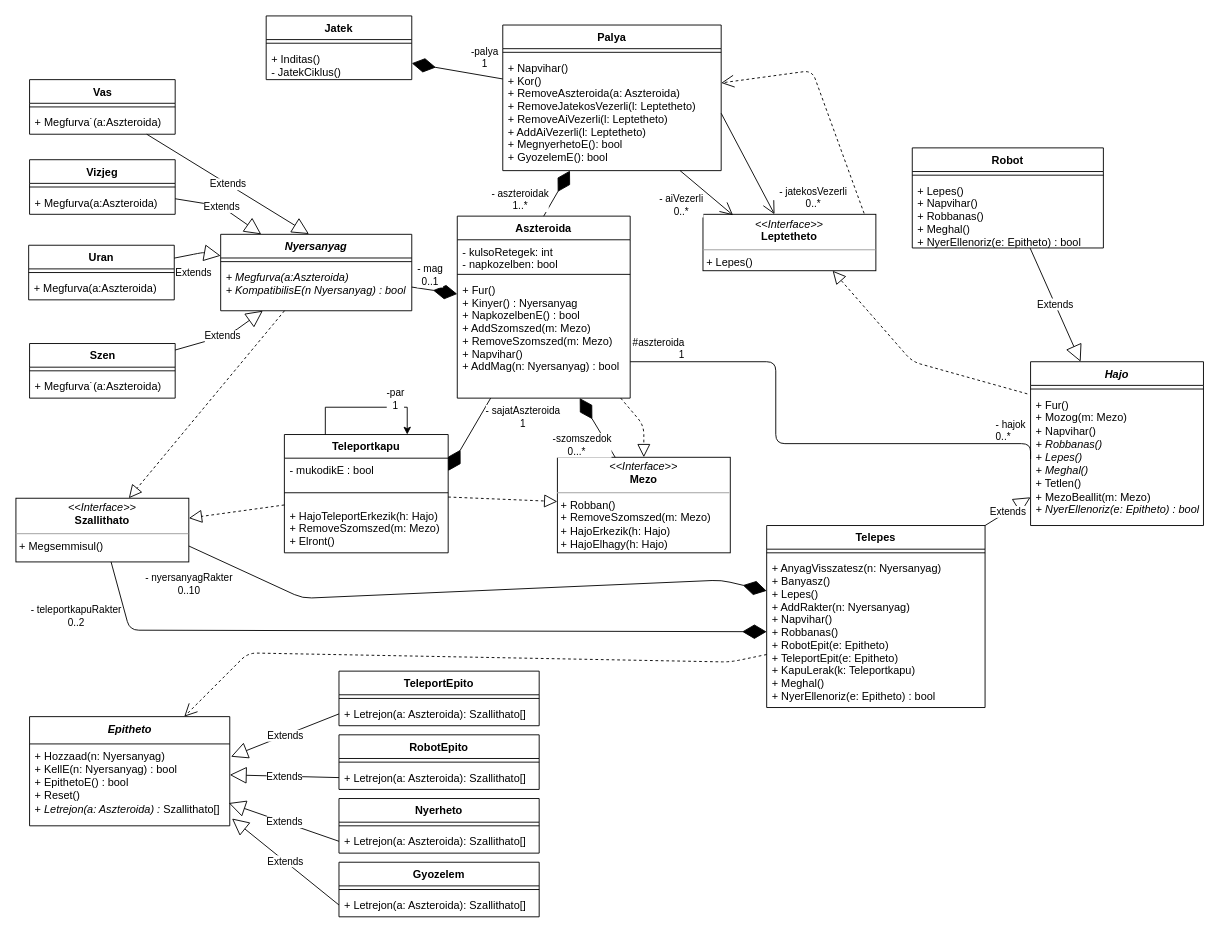
This is doc/class.drawio from torpeBoiGo/aszteroidabanyaszat, a draw.io file, before an edit. Source tidied: cells renumbered, new cells numbered last; positions are measured from the earlier drawing's top-left corner, leaving out a move shared by most shapes. Both pictures are drawn from the tidied source at 91%, with x=0, y=0 at pixel (15, 15).
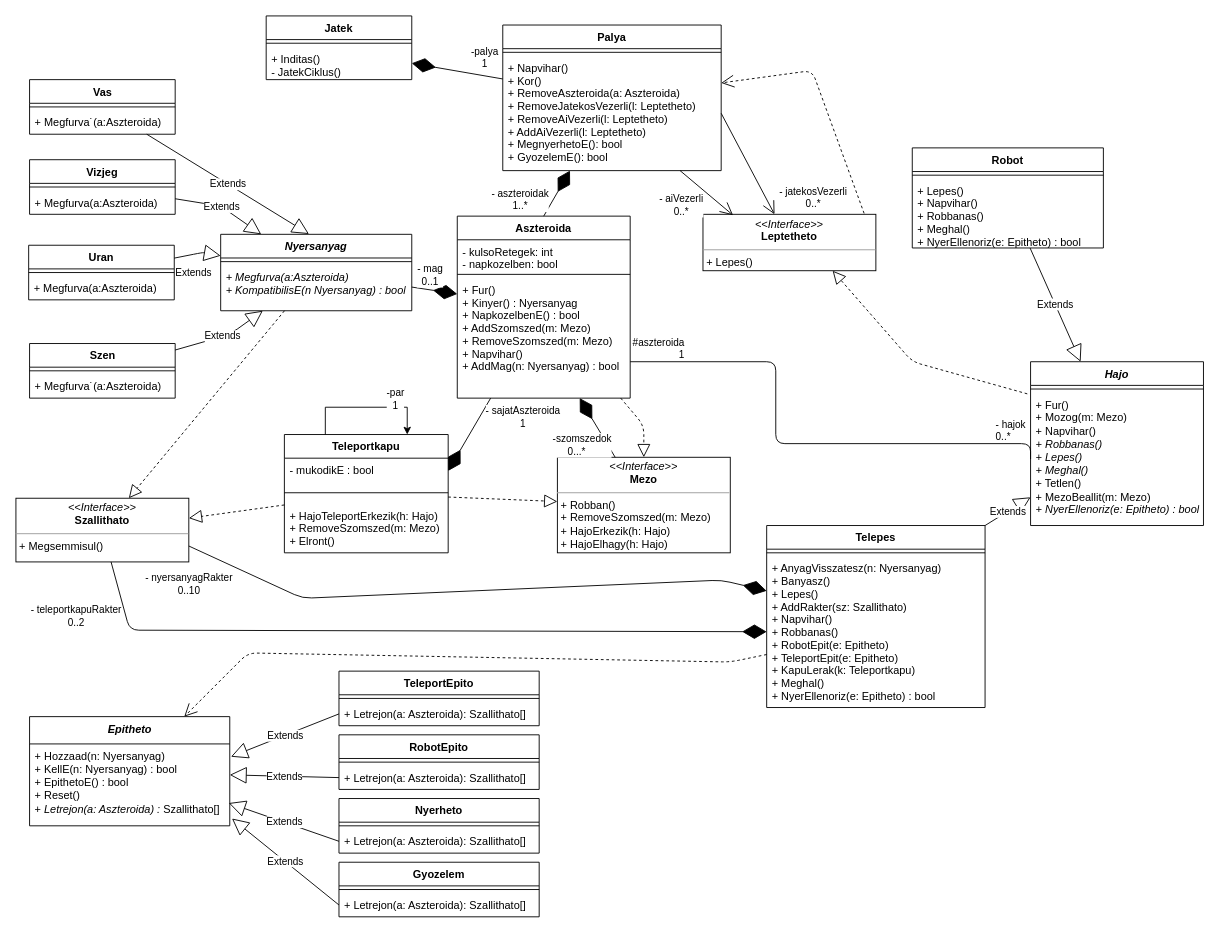
Above is the later version.

Commit message:
Update class.drawio: addRakter() parameter javitas

Unchanged cells that the change refers to:
```xml
<mxCell id="16" value="Telepes" style="swimlane;fontStyle=1;align=center;verticalAlign=top;horizontal=1;startSize=26;" parent="1" vertex="1">
  <mxGeometry x="825" y="560" width="240" height="200" as="geometry" />
</mxCell>
```

What changed in the source:
```diff
@@
-    <mxCell id="18" value="+ AnyagVisszatesz(n: Nyersanyag)&#10;+ Banyasz()&#10;+ Lepes()&#10;+ AddRakter(n: Nyersanyag)&#10;+ Napvihar()&#10;+ Robbanas()&#10;+ RobotEpit(e: Epitheto)&#10;+ TeleportEpit(e: Epitheto)&#10;+ KapuLerak(k: Teleportkapu)&#10;+ Meghal()&#10;+ NyerEllenoriz(e: Epitheto) : bool" style="text;strokeColor=none;fillColor=none;align=left;verticalAlign=top;spacingLeft=4;spacingRight=4;overflow=hidden;points=[[0,0.5],[1,0.5]];portConstraint=eastwest;fontStyle=0;" parent="16" vertex="1">
+    <mxCell id="18" value="+ AnyagVisszatesz(n: Nyersanyag)&#10;+ Banyasz()&#10;+ Lepes()&#10;+ AddRakter(sz: Szallithato)&#10;+ Napvihar()&#10;+ Robbanas()&#10;+ RobotEpit(e: Epitheto)&#10;+ TeleportEpit(e: Epitheto)&#10;+ KapuLerak(k: Teleportkapu)&#10;+ Meghal()&#10;+ NyerEllenoriz(e: Epitheto) : bool" style="text;strokeColor=none;fillColor=none;align=left;verticalAlign=top;spacingLeft=4;spacingRight=4;overflow=hidden;points=[[0,0.5],[1,0.5]];portConstraint=eastwest;fontStyle=0;" parent="16" vertex="1">
       <mxGeometry y="34" width="240" height="166" as="geometry" />
     </mxCell>
```
